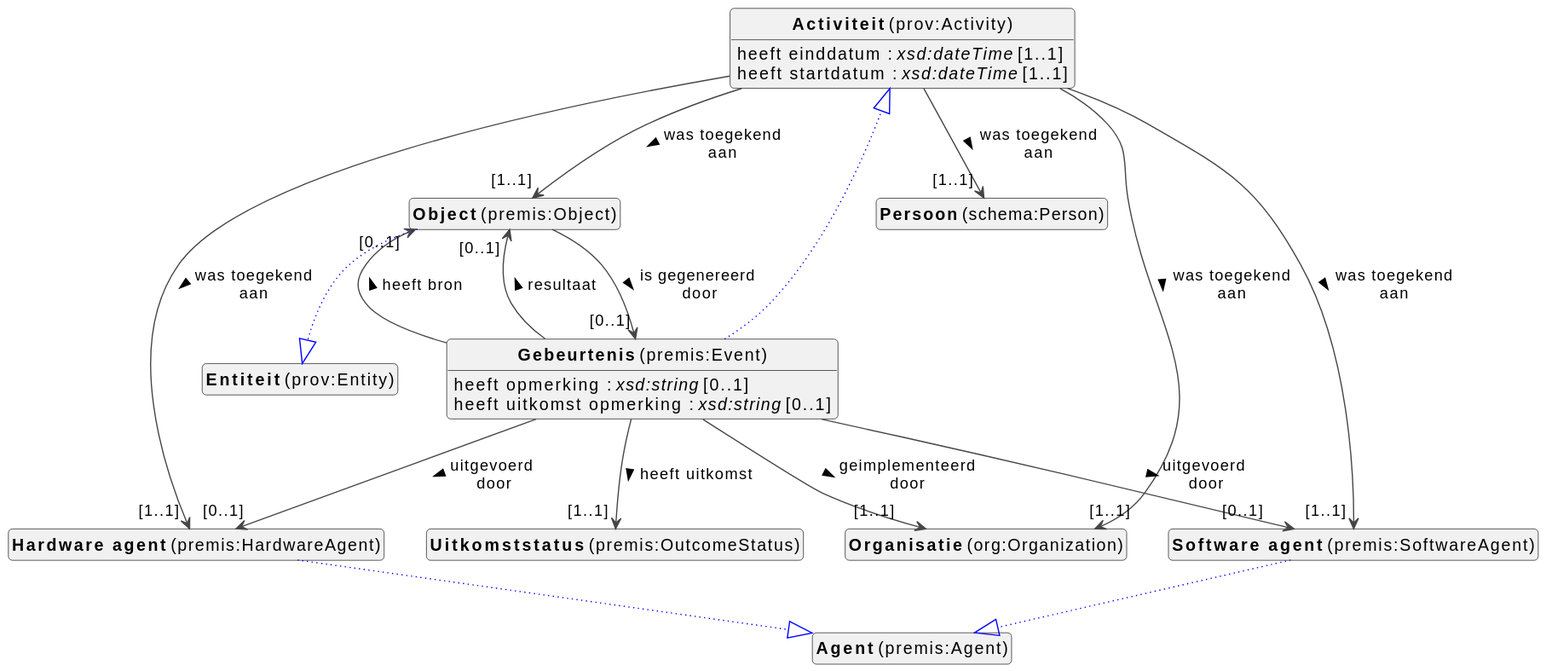
viaacode/documentation-jekyll keeps this PlantUML diagram as docs/metadata/modellen/events-diagram.svg. Above is the earlier version.
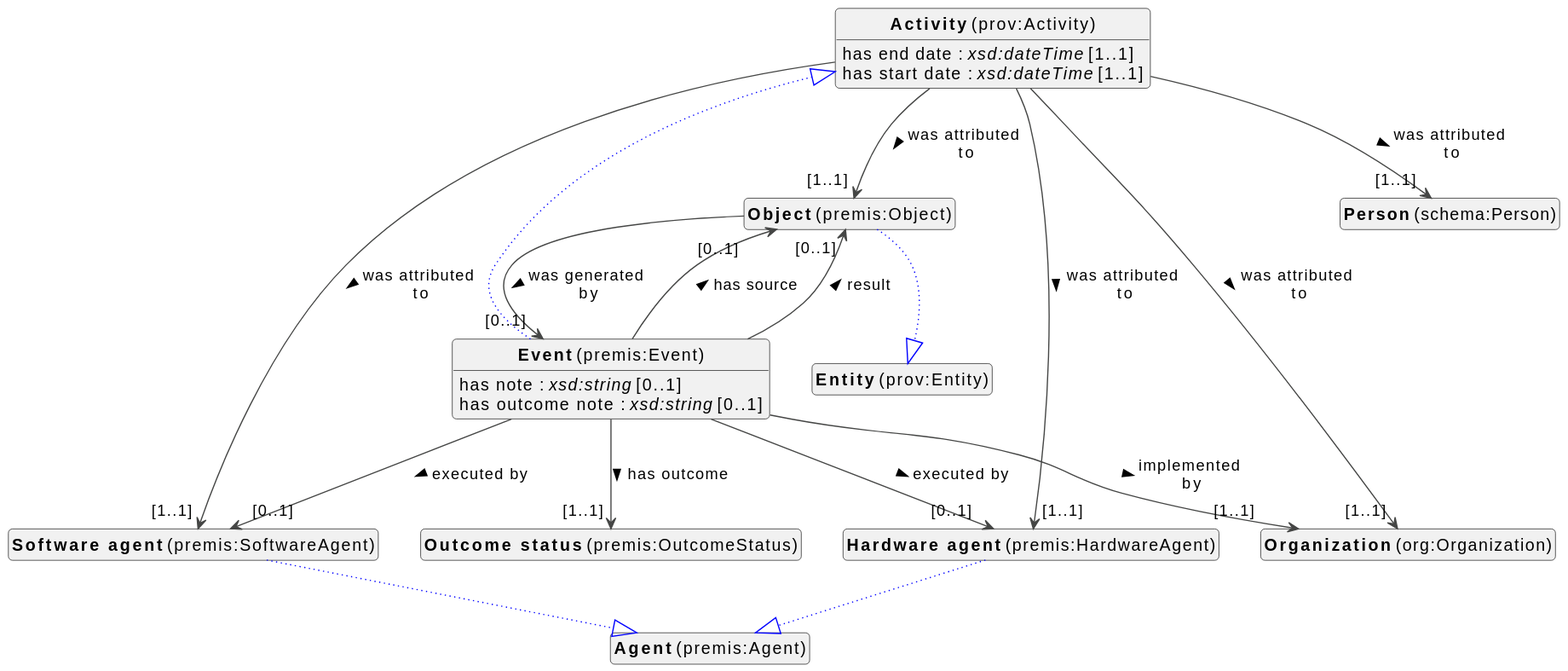
Later version of the same file.

What changed in the source:
```diff
@@ -8,63 +8,63 @@
 skinparam ArrowMessageAlignment left
 
 
-class "<b>Activiteit</b> (prov:Activity)" as prov_Activity [[#prov%3AActivity]]
-class "<b>Gebeurtenis</b> (premis:Event)" as premis_Event [[#premis%3AEvent]]
-class "<b>Activiteit</b> (prov:Activity)" as prov_Activity [[#prov%3AActivity]]
+class "<b>Activity</b> (prov:Activity)" as prov_Activity [[#prov%3AActivity]]
+class "<b>Event</b> (premis:Event)" as premis_Event [[#premis%3AEvent]]
+class "<b>Activity</b> (prov:Activity)" as prov_Activity [[#prov%3AActivity]]
 class "<b>Object</b> (premis:Object)" as premis_Object [[#premis%3AObject]]
-class "<b>Entiteit</b> (prov:Entity)" as prov_Entity [[#prov%3AEntity]]
+class "<b>Entity</b> (prov:Entity)" as prov_Entity [[#prov%3AEntity]]
+class "<b>Outcome status</b> (premis:OutcomeStatus)" as premis_OutcomeStatus [[#premis%3AOutcomeStatus]]
+class "<b>Organization</b> (org:Organization)" as org_Organization [[#org%3AOrganization]]
+class "<b>Software agent</b> (premis:SoftwareAgent)" as premis_SoftwareAgent [[#premis%3ASoftwareAgent]]
+class "<b>Agent</b> (premis:Agent)" as premis_Agent [[#premis%3AAgent]]
 class "<b>Hardware agent</b> (premis:HardwareAgent)" as premis_HardwareAgent [[#premis%3AHardwareAgent]]
 class "<b>Agent</b> (premis:Agent)" as premis_Agent [[#premis%3AAgent]]
-class "<b>Software agent</b> (premis:SoftwareAgent)" as premis_SoftwareAgent [[#premis%3ASoftwareAgent]]
-class "<b>Agent</b> (premis:Agent)" as premis_Agent [[#premis%3AAgent]]
-class "<b>Persoon</b> (schema:Person)" as schema_Person [[#schema%3APerson]]
-class "<b>Uitkomststatus</b> (premis:OutcomeStatus)" as premis_OutcomeStatus [[#premis%3AOutcomeStatus]]
-class "<b>Organisatie</b> (org:Organization)" as org_Organization [[#org%3AOrganization]]
+class "<b>Person</b> (schema:Person)" as schema_Person [[#schema%3APerson]]
 
 
-prov_Activity : heeft einddatum : <i>xsd:dateTime</i> [1..1]
+prov_Activity : has end date : <i>xsd:dateTime</i> [1..1]
 
 
-prov_Activity : heeft startdatum : <i>xsd:dateTime</i> [1..1]
+prov_Activity : has start date : <i>xsd:dateTime</i> [1..1]
 
 
-prov_Activity --> "[1..1]" premis_Object : was toegekend aan >
-prov_Activity --> "[1..1]" schema_Person : was toegekend aan >
-prov_Activity --> "[1..1]" org_Organization : was toegekend aan >
-prov_Activity --> "[1..1]" premis_SoftwareAgent : was toegekend aan >
-prov_Activity --> "[1..1]" premis_HardwareAgent : was toegekend aan >
+prov_Activity --> "[1..1]" premis_Object : was attributed to >
+prov_Activity --> "[1..1]" schema_Person : was attributed to >
+prov_Activity --> "[1..1]" org_Organization : was attributed to >
+prov_Activity --> "[1..1]" premis_SoftwareAgent : was attributed to >
+prov_Activity --> "[1..1]" premis_HardwareAgent : was attributed to >
 
 premis_Event --|> prov_Activity #blue;line.dotted;text:blue
 
 
-premis_Event --> "[1..1]" org_Organization : geimplementeerd door >
-
-premis_Event --> "[0..1]" premis_Object : heeft bron >
-premis_Event : heeft opmerking : <i>xsd:string</i> [0..1]
+premis_Event --> "[0..1]" premis_SoftwareAgent : executed by >
+premis_Event --> "[0..1]" premis_HardwareAgent : executed by >
+premis_Event : has note : <i>xsd:string</i> [0..1]
 
 
-premis_Event --> "[1..1]" premis_OutcomeStatus : heeft uitkomst >
-premis_Event : heeft uitkomst opmerking : <i>xsd:string</i> [0..1]
+premis_Event --> "[1..1]" premis_OutcomeStatus : has outcome >
+premis_Event : has outcome note : <i>xsd:string</i> [0..1]
 
 
-premis_Event --> "[0..1]" premis_Object : resultaat >
+premis_Event --> "[0..1]" premis_Object : has source >
 
-premis_Event --> "[0..1]" premis_SoftwareAgent : uitgevoerd door >
-premis_Event --> "[0..1]" premis_HardwareAgent : uitgevoerd door >
+premis_Event --> "[1..1]" org_Organization : implemented by >
+
+premis_Event --> "[0..1]" premis_Object : result >
 
 premis_Object --|> prov_Entity #blue;line.dotted;text:blue
 
 
-premis_Object --> "[0..1]" premis_Event : is gegenereerd door >
+premis_Object --> "[0..1]" premis_Event : was generated by >
 
-premis_HardwareAgent --|> premis_Agent #blue;line.dotted;text:blue
+
+
 
 
 premis_SoftwareAgent --|> premis_Agent #blue;line.dotted;text:blue
 
 
-
-
+premis_HardwareAgent --|> premis_Agent #blue;line.dotted;text:blue
 
 
 
```
